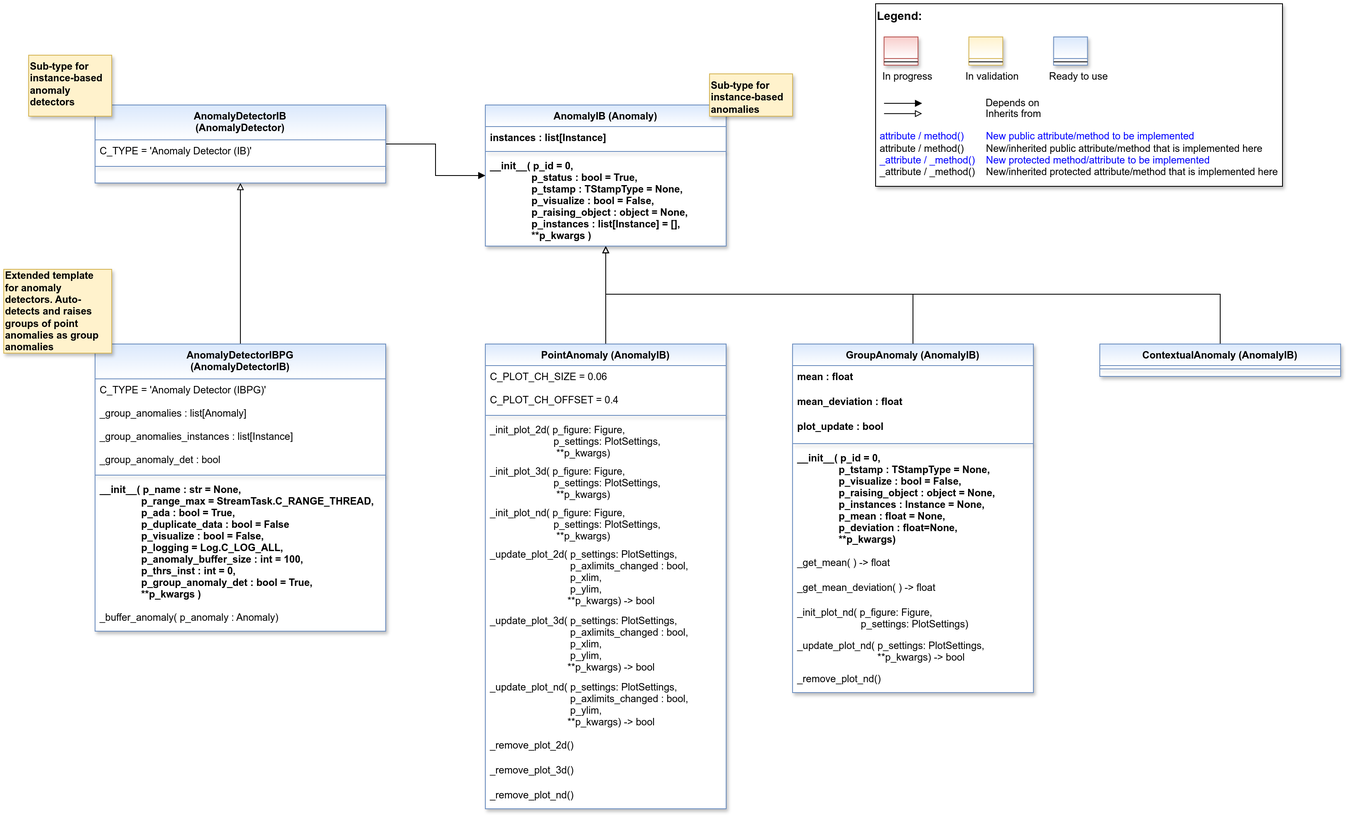
Before: doc/rtd/content/99_appendices/appendix2/sub/mlpro_oa/streams/30_change_detection/10_anomaly_detection/10_instance_based/images/MLPro-OA-Anomaly-Detectors-IB_class_diagram.drawio.png, a diagram exported from draw.io (fhswf/MLPro). Source tidied: cells renumbered, new cells last; positions are measured from the earlier drawing's top-left corner, leaving out a move shared by most shapes.
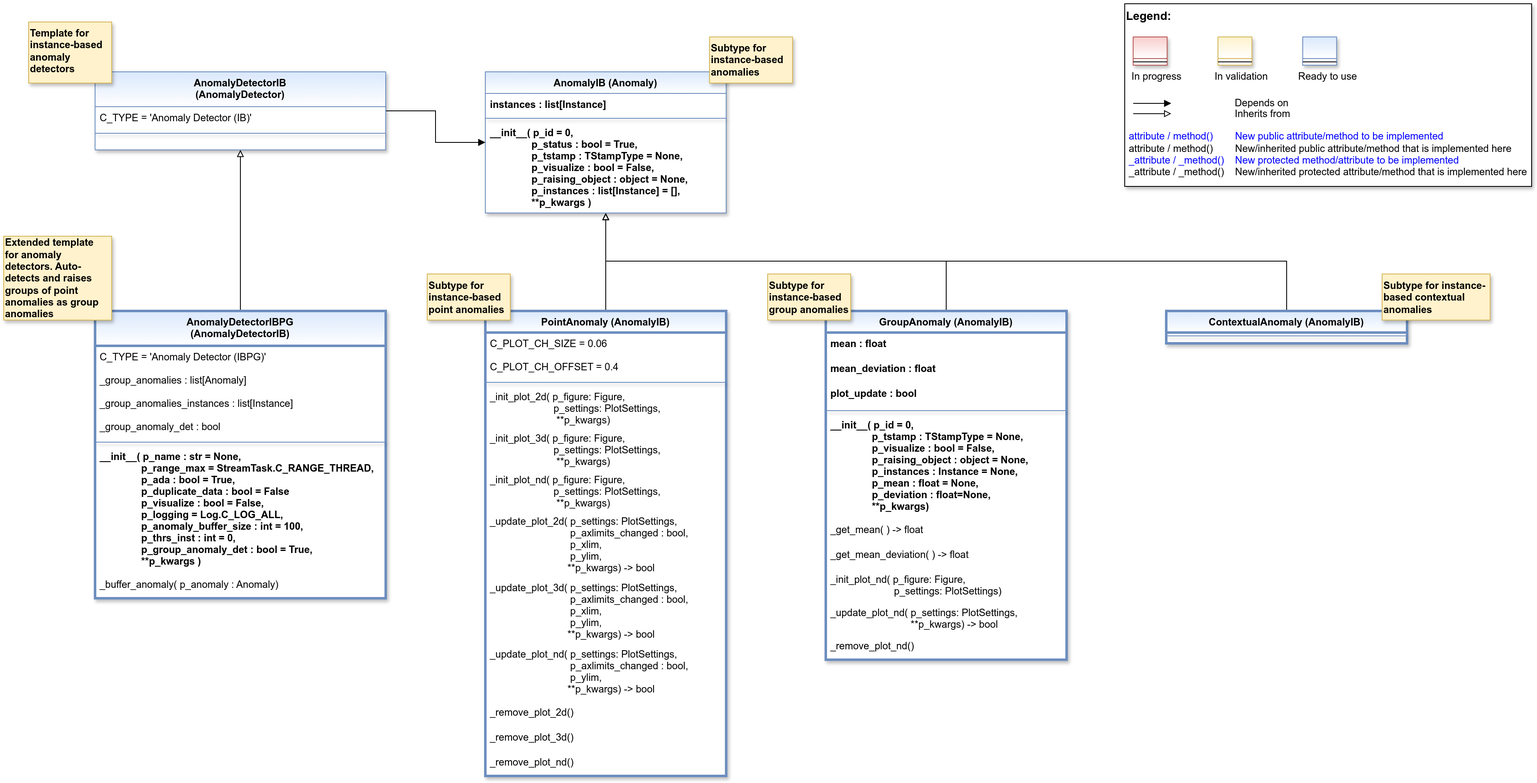
After the change.

Commit message:
Refact: Introduction of Change Detection as parent of Anomaly and Drift Detection #1197

Change to the diagram source:
```diff
@@ -3,7 +3,7 @@
     <mxCell id="0" />
     <mxCell id="1" parent="0" />
     <mxCell id="2" style="group;" parent="1" vertex="1">
-      <mxGeometry x="1050" width="490" height="220" as="geometry" />
+      <mxGeometry x="1350" y="40" width="490" height="220" as="geometry" />
     </mxCell>
     <mxCell id="3" value="&lt;font color=&quot;#000000&quot; size=&quot;1&quot;&gt;&lt;b style=&quot;font-size: 14px&quot;&gt;Legend:&lt;br&gt;&lt;/b&gt;&lt;/font&gt;&lt;br&gt;&lt;br&gt;&lt;br&gt;&lt;font color=&quot;#0000ff&quot; style=&quot;font-size: 6px&quot;&gt;&lt;br&gt;&lt;/font&gt;&lt;span style=&quot;color: rgb(0 , 0 , 0)&quot;&gt;&lt;font style=&quot;font-size: 4px&quot;&gt;&amp;nbsp; &amp;nbsp;&lt;/font&gt;&amp;nbsp;In progress&amp;nbsp; &amp;nbsp; &amp;nbsp; &amp;nbsp; &amp;nbsp; &amp;nbsp; In validation&amp;nbsp; &amp;nbsp; &amp;nbsp; &amp;nbsp; &amp;nbsp; &amp;nbsp;Ready to use&lt;/span&gt;&lt;font color=&quot;#000000&quot;&gt;&amp;nbsp;&lt;br&gt;&lt;/font&gt;&lt;font color=&quot;#0000ff&quot;&gt;&lt;br&gt;&lt;br&gt;&lt;br&gt;&lt;br&gt;&amp;nbsp;attribute / method()&amp;nbsp; &amp;nbsp; &amp;nbsp; &amp;nbsp; New public attribute/method to be implemented&lt;/font&gt;&lt;br&gt;&lt;font color=&quot;#000000&quot;&gt;&amp;nbsp;&lt;/font&gt;&lt;font color=&quot;#000000&quot;&gt;attribute / method()&lt;span&gt; &lt;/span&gt;&amp;nbsp; &amp;nbsp; &amp;nbsp; &amp;nbsp;New/inherited public attribute/method that is implemented here&lt;br&gt;&lt;/font&gt;&lt;font color=&quot;#0000ff&quot;&gt;&amp;nbsp;_attribute /&amp;nbsp;&lt;/font&gt;&lt;font color=&quot;#0000ff&quot;&gt;_method()&amp;nbsp; &amp;nbsp; New protected method/attribute to be implemented&lt;/font&gt;&lt;br&gt;&lt;font color=&quot;#000000&quot;&gt;&amp;nbsp;_attribute / _method()&amp;nbsp; &amp;nbsp; New/inherited protected attribute/method that is implemented here&lt;br&gt;&lt;/font&gt;&lt;font color=&quot;#000000&quot;&gt;&lt;br&gt;&lt;br&gt;&lt;br&gt;&lt;br&gt;&lt;br&gt;&lt;/font&gt;" style="text;html=1;align=left;verticalAlign=top;whiteSpace=wrap;rounded=0;fontColor=#006600;strokeColor=#000000;shadow=1;fillColor=#ffffff;" parent="2" vertex="1">
       <mxGeometry width="490" height="220" as="geometry" />
@@ -46,7 +46,7 @@
     <mxCell id="12" style="edgeStyle=orthogonalEdgeStyle;rounded=0;jettySize=auto;html=1;endArrow=block;endFill=0;" parent="1" edge="1" source="13" target="51">
       <mxGeometry relative="1" as="geometry" />
     </mxCell>
-    <mxCell id="13" value="PointAnomaly (AnomalyIB)" style="swimlane;fontStyle=1;align=center;verticalAlign=top;horizontal=1;startSize=26;rounded=0;shadow=1;strokeWidth=1;fillColor=#dae8fc;strokeColor=#6c8ebf;swimlaneFillColor=#ffffff;fontFamily=Helvetica;fontSize=12;gradientColor=#FFFFFF;" parent="1" vertex="1">
+    <mxCell id="13" value="PointAnomaly (AnomalyIB)" style="swimlane;fontStyle=1;align=center;verticalAlign=top;horizontal=1;startSize=26;rounded=0;shadow=1;strokeWidth=3;fillColor=#dae8fc;strokeColor=#6c8ebf;swimlaneFillColor=#ffffff;fontFamily=Helvetica;fontSize=12;gradientColor=#FFFFFF;" parent="1" vertex="1">
       <mxGeometry x="580" y="410" width="290" height="560" as="geometry" />
     </mxCell>
     <mxCell id="14" value="C_PLOT_CH_SIZE = 0.06" style="text;align=left;verticalAlign=top;spacingLeft=4;spacingRight=4;overflow=hidden;" parent="13" vertex="1">
@@ -85,16 +85,16 @@
     <mxCell id="25" value="_remove_plot_nd()" style="text;align=left;verticalAlign=top;spacingLeft=4;spacingRight=4;overflow=hidden;" parent="13" vertex="1">
       <mxGeometry y="530" width="290" height="30" as="geometry" />
     </mxCell>
-    <mxCell id="26" style="edgeStyle=orthogonalEdgeStyle;rounded=0;jettySize=auto;html=1;endArrow=block;endFill=0;" parent="1" edge="1" source="27" target="51">
+    <mxCell id="26" style="edgeStyle=orthogonalEdgeStyle;rounded=0;jettySize=auto;html=1;endArrow=block;endFill=0;exitX=0.5;exitY=0;exitDx=0;exitDy=0;" parent="1" edge="1" source="27" target="51">
       <mxGeometry relative="1" as="geometry">
         <Array as="points">
-          <mxPoint x="1095" y="350" />
+          <mxPoint x="1135" y="350" />
           <mxPoint x="725" y="350" />
         </Array>
       </mxGeometry>
     </mxCell>
-    <mxCell id="27" value="GroupAnomaly (AnomalyIB)" style="swimlane;align=center;verticalAlign=top;horizontal=1;startSize=26;rounded=0;shadow=1;strokeWidth=1;fillColor=#dae8fc;strokeColor=#6c8ebf;swimlaneFillColor=#ffffff;gradientColor=#FFFFFF;" parent="1" vertex="1">
-      <mxGeometry x="950" y="410" width="290" height="420" as="geometry" />
+    <mxCell id="27" value="GroupAnomaly (AnomalyIB)" style="swimlane;align=center;verticalAlign=top;horizontal=1;startSize=26;rounded=0;shadow=1;strokeWidth=3;fillColor=#dae8fc;strokeColor=#6c8ebf;swimlaneFillColor=#ffffff;gradientColor=#FFFFFF;" parent="1" vertex="1">
+      <mxGeometry x="990" y="410" width="290" height="420" as="geometry" />
     </mxCell>
     <mxCell id="28" value="mean : float" style="text;align=left;verticalAlign=top;spacingLeft=4;spacingRight=4;overflow=hidden;fontStyle=1;" parent="27" vertex="1">
       <mxGeometry y="26" width="290" height="30" as="geometry" />
@@ -126,16 +126,16 @@
     <mxCell id="37" value="_remove_plot_nd()" style="text;align=left;verticalAlign=top;spacingLeft=4;spacingRight=4;overflow=hidden;" parent="27" vertex="1">
       <mxGeometry y="390" width="290" height="20" as="geometry" />
     </mxCell>
-    <mxCell id="38" style="edgeStyle=orthogonalEdgeStyle;rounded=0;jettySize=auto;html=1;endArrow=block;endFill=0;" parent="1" edge="1" source="39" target="51">
+    <mxCell id="38" style="edgeStyle=orthogonalEdgeStyle;rounded=0;jettySize=auto;html=1;endArrow=block;endFill=0;exitX=0.5;exitY=0;exitDx=0;exitDy=0;" parent="1" edge="1" source="39" target="51">
       <mxGeometry relative="1" as="geometry">
         <Array as="points">
-          <mxPoint x="1465" y="350" />
+          <mxPoint x="1545" y="350" />
           <mxPoint x="725" y="350" />
         </Array>
       </mxGeometry>
     </mxCell>
-    <mxCell id="39" value="ContextualAnomaly (AnomalyIB)" style="swimlane;fontStyle=1;align=center;verticalAlign=top;horizontal=1;startSize=26;rounded=0;shadow=1;strokeWidth=1;fillColor=#dae8fc;strokeColor=#6c8ebf;swimlaneFillColor=#ffffff;fontFamily=Helvetica;fontSize=12;gradientColor=#FFFFFF;" parent="1" vertex="1">
-      <mxGeometry x="1320" y="410" width="290" height="39" as="geometry" />
+    <mxCell id="39" value="ContextualAnomaly (AnomalyIB)" style="swimlane;fontStyle=1;align=center;verticalAlign=top;horizontal=1;startSize=26;rounded=0;shadow=1;strokeWidth=3;fillColor=#dae8fc;strokeColor=#6c8ebf;swimlaneFillColor=#ffffff;fontFamily=Helvetica;fontSize=12;gradientColor=#FFFFFF;" parent="1" vertex="1">
+      <mxGeometry x="1400" y="410" width="290" height="39" as="geometry" />
     </mxCell>
     <mxCell id="40" style="line;html=1;strokeWidth=1;align=center;verticalAlign=top;spacingTop=-1;spacingLeft=3;spacingRight=3;labelPosition=right;rounded=0;shadow=1;strokeColor=#6c8ebf;swimlaneFillColor=#ffffff;fontFamily=Helvetica;fontSize=12;fontColor=default;fontStyle=1;fillColor=#dae8fc;gradientColor=#ffffff;" parent="39" vertex="1">
       <mxGeometry y="26" width="290" height="8" as="geometry" />
@@ -143,7 +143,7 @@
     <mxCell id="41" style="edgeStyle=orthogonalEdgeStyle;rounded=0;jettySize=auto;html=1;endArrow=block;endFill=0;" parent="1" edge="1" source="42" target="57">
       <mxGeometry relative="1" as="geometry" />
     </mxCell>
-    <mxCell id="42" value="AnomalyDetectorIBPG&#10;(AnomalyDetectorIB)" style="swimlane;fontStyle=1;align=center;verticalAlign=top;horizontal=1;startSize=42;rounded=0;shadow=1;strokeWidth=1;fillColor=#dae8fc;strokeColor=#6c8ebf;swimlaneFillColor=#ffffff;fontFamily=Helvetica;fontSize=12;gradientColor=#FFFFFF;" parent="1" vertex="1">
+    <mxCell id="42" value="AnomalyDetectorIBPG&#10;(AnomalyDetectorIB)" style="swimlane;fontStyle=1;align=center;verticalAlign=top;horizontal=1;startSize=42;rounded=0;shadow=1;strokeWidth=3;fillColor=#dae8fc;strokeColor=#6c8ebf;swimlaneFillColor=#ffffff;fontFamily=Helvetica;fontSize=12;gradientColor=#FFFFFF;" parent="1" vertex="1">
       <mxGeometry x="110" y="410" width="350" height="346" as="geometry" />
     </mxCell>
     <mxCell id="43" value="C_TYPE = 'Anomaly Detector (IBPG)'" style="text;align=left;verticalAlign=top;spacingLeft=4;spacingRight=4;overflow=hidden;" parent="42" vertex="1">
@@ -182,8 +182,8 @@
     <mxCell id="54" value="__init__( p_id = 0,&#10;               p_status : bool = True,&#10;               p_tstamp : TStampType = None,&#10;               p_visualize : bool = False,&#10;               p_raising_object : object = None,&#10;               p_instances : list[Instance] = [],&#10;               **p_kwargs )" style="text;align=left;verticalAlign=top;spacingLeft=4;spacingRight=4;overflow=hidden;fontStyle=1;" parent="51" vertex="1">
       <mxGeometry y="60" width="290" height="110" as="geometry" />
     </mxCell>
-    <mxCell id="55" value="Sub-type for instance-based anomalies" style="rounded=0;whiteSpace=wrap;html=1;fillColor=#fff2cc;strokeColor=#d6b656;shadow=1;align=left;fontStyle=1;verticalAlign=top;" parent="1" vertex="1">
-      <mxGeometry x="850" y="84.5" width="100" height="51" as="geometry" />
+    <mxCell id="55" value="Subtype for instance-based anomalies" style="rounded=0;whiteSpace=wrap;html=1;fillColor=#fff2cc;strokeColor=#d6b656;shadow=1;align=left;fontStyle=1;verticalAlign=top;" parent="1" vertex="1">
+      <mxGeometry x="850" y="80" width="100" height="55.5" as="geometry" />
     </mxCell>
     <mxCell id="56" style="edgeStyle=orthogonalEdgeStyle;rounded=0;jettySize=auto;html=1;endArrow=block;endFill=1;" parent="1" edge="1" source="57" target="51">
       <mxGeometry relative="1" as="geometry" />
@@ -197,8 +197,17 @@
     <mxCell id="59" style="line;html=1;strokeWidth=1;align=center;verticalAlign=top;spacingTop=-1;spacingLeft=3;spacingRight=3;labelPosition=right;rounded=0;shadow=1;strokeColor=#6c8ebf;swimlaneFillColor=#ffffff;fontFamily=Helvetica;fontSize=12;fontColor=default;fontStyle=1;fillColor=#dae8fc;gradientColor=#ffffff;" parent="57" vertex="1">
       <mxGeometry y="70" width="350" height="8" as="geometry" />
     </mxCell>
-    <mxCell id="60" value="Sub-type for instance-based anomaly detectors" style="rounded=0;whiteSpace=wrap;html=1;fillColor=#fff2cc;strokeColor=#d6b656;shadow=1;align=left;fontStyle=1;verticalAlign=top;" parent="1" vertex="1">
+    <mxCell id="60" value="Template for instance-based anomaly detectors" style="rounded=0;whiteSpace=wrap;html=1;fillColor=#fff2cc;strokeColor=#d6b656;shadow=1;align=left;fontStyle=1;verticalAlign=top;" parent="1" vertex="1">
       <mxGeometry x="30" y="62" width="100" height="73.5" as="geometry" />
     </mxCell>
+    <mxCell id="61" value="Subtype for instance-based point anomalies" style="rounded=0;whiteSpace=wrap;html=1;fillColor=#fff2cc;strokeColor=#d6b656;shadow=1;align=left;fontStyle=1;verticalAlign=top;" parent="1" vertex="1">
+      <mxGeometry x="510" y="365.5" width="100" height="55.5" as="geometry" />
+    </mxCell>
+    <mxCell id="62" value="Subtype for instance-based group anomalies" style="rounded=0;whiteSpace=wrap;html=1;fillColor=#fff2cc;strokeColor=#d6b656;shadow=1;align=left;fontStyle=1;verticalAlign=top;" parent="1" vertex="1">
+      <mxGeometry x="920" y="365.5" width="100" height="55.5" as="geometry" />
+    </mxCell>
+    <mxCell id="63" value="Subtype for instance-based contextual anomalies" style="rounded=0;whiteSpace=wrap;html=1;fillColor=#fff2cc;strokeColor=#d6b656;shadow=1;align=left;fontStyle=1;verticalAlign=top;" parent="1" vertex="1">
+      <mxGeometry x="1660" y="365.5" width="130" height="55.5" as="geometry" />
+    </mxCell>
   </root>
 </mxGraphModel>
```
